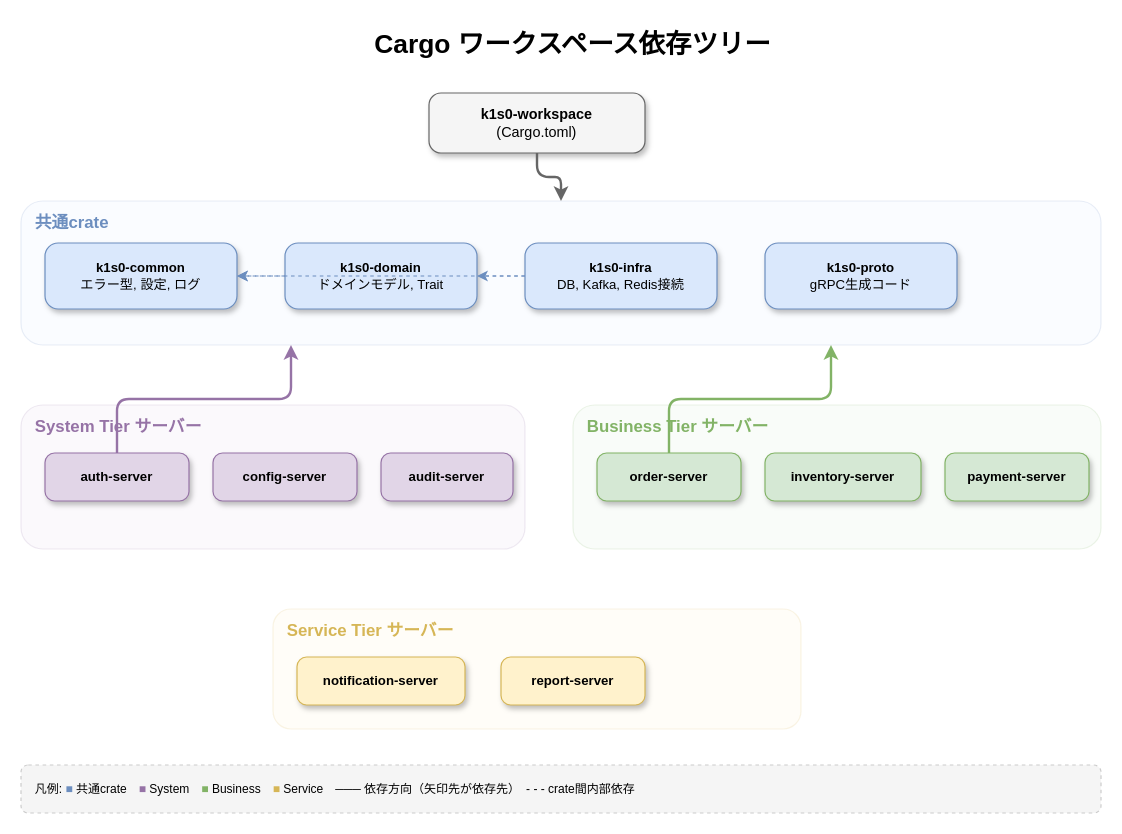
Above: docs/servers/_common/images/cargo-workspace-dependency-tree.drawio in RyuheiKiso/k1s0 (draw.io), before the change. Source tidied: cells renumbered, new cells numbered last; positions are measured from the earlier drawing's top-left corner, leaving out a move shared by most shapes. Both pictures are drawn from the tidied source at 120%, with x=0, y=0 at pixel (20, 20).
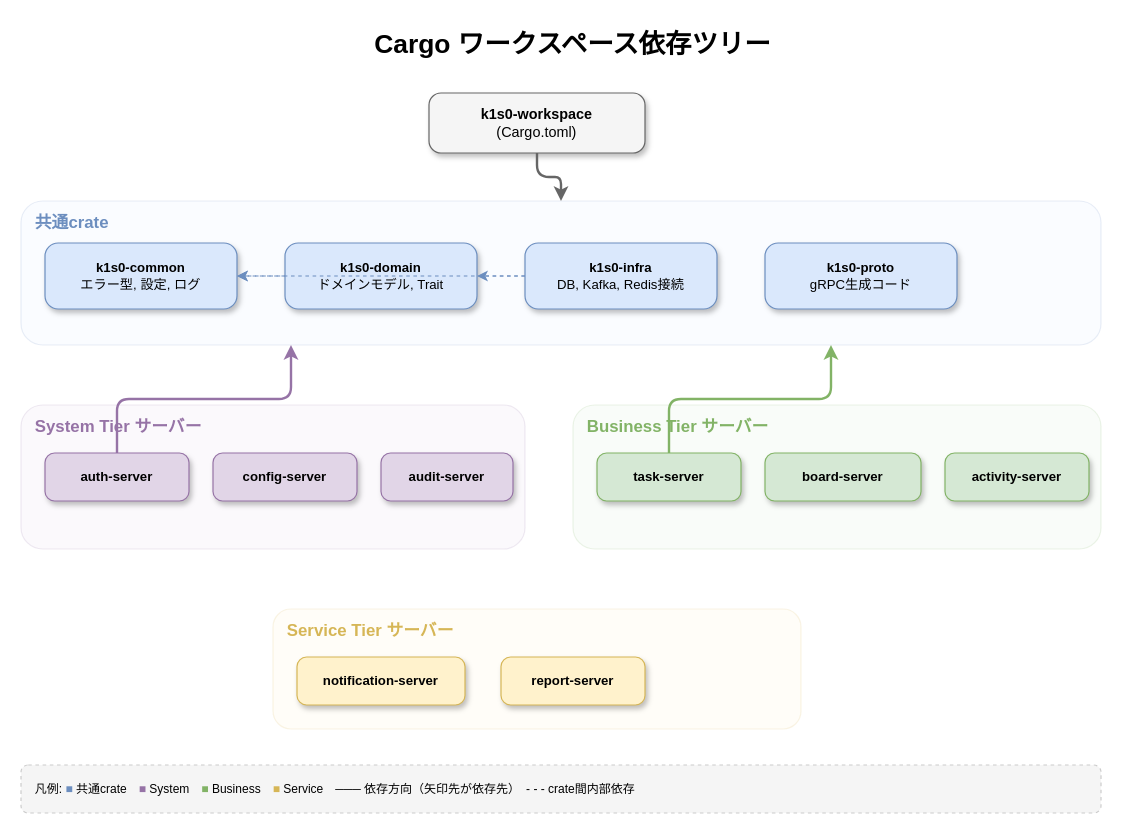
Above is the later version.

Diff of the diagram source:
```diff
@@
-    <mxCell id="20" value="&lt;b&gt;order-server&lt;/b&gt;" style="rounded=1;whiteSpace=wrap;html=1;shadow=1;fillColor=#D5E8D4;strokeColor=#82B366;fontSize=11;arcSize=20;" parent="1" vertex="1">
+    <mxCell id="20" value="&lt;b&gt;task-server&lt;/b&gt;" style="rounded=1;whiteSpace=wrap;html=1;shadow=1;fillColor=#D5E8D4;strokeColor=#82B366;fontSize=11;arcSize=20;" parent="1" vertex="1">
       <mxGeometry x="480" y="360" width="120" height="40" as="geometry" />
     </mxCell>
-    <mxCell id="21" value="&lt;b&gt;inventory-server&lt;/b&gt;" style="rounded=1;whiteSpace=wrap;html=1;shadow=1;fillColor=#D5E8D4;strokeColor=#82B366;fontSize=11;arcSize=20;" parent="1" vertex="1">
+    <mxCell id="21" value="&lt;b&gt;board-server&lt;/b&gt;" style="rounded=1;whiteSpace=wrap;html=1;shadow=1;fillColor=#D5E8D4;strokeColor=#82B366;fontSize=11;arcSize=20;" parent="1" vertex="1">
       <mxGeometry x="620" y="360" width="130" height="40" as="geometry" />
     </mxCell>
-    <mxCell id="22" value="&lt;b&gt;payment-server&lt;/b&gt;" style="rounded=1;whiteSpace=wrap;html=1;shadow=1;fillColor=#D5E8D4;strokeColor=#82B366;fontSize=11;arcSize=20;" parent="1" vertex="1">
+    <mxCell id="22" value="&lt;b&gt;activity-server&lt;/b&gt;" style="rounded=1;whiteSpace=wrap;html=1;shadow=1;fillColor=#D5E8D4;strokeColor=#82B366;fontSize=11;arcSize=20;" parent="1" vertex="1">
       <mxGeometry x="770" y="360" width="120" height="40" as="geometry" />
     </mxCell>
```
